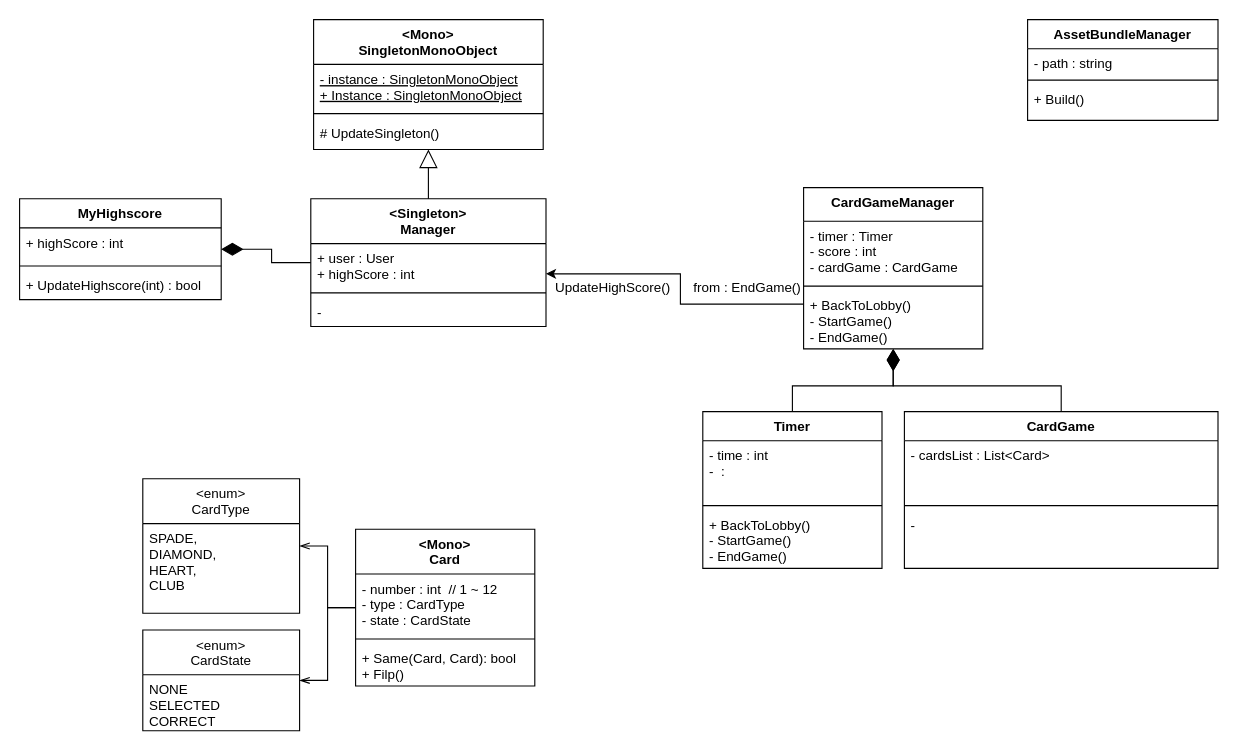
The draw.io diagram Diagram.drawio in s-saens/CardMemory, before the edit. Source tidied: cells renumbered, new cells numbered last; positions are measured from the earlier drawing's top-left corner, leaving out a move shared by most shapes. Both pictures are drawn from the tidied source at 112%, with x=0, y=0 at pixel (19, 19).
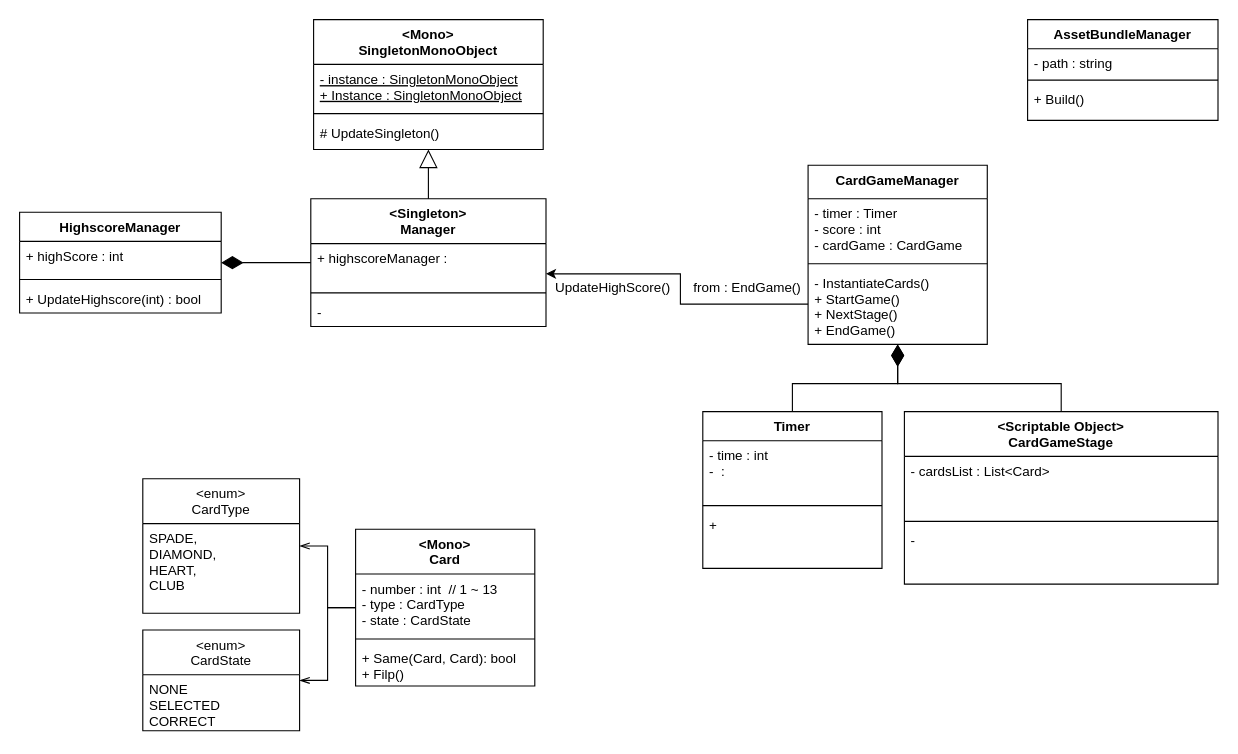
The same page after the edit.

Unchanged cells that the change refers to:
```xml
<mxCell id="2" value="&lt;Singleton&gt;&#10;Manager" style="swimlane;fontStyle=1;align=center;verticalAlign=top;horizontal=1;startSize=40;" parent="1" vertex="1">
  <mxGeometry x="260" y="160" width="210" height="114" as="geometry" />
</mxCell>
<mxCell id="13" value="&lt;Mono&gt;&#10;Card" style="swimlane;fontStyle=1;align=center;verticalAlign=top;horizontal=1;startSize=40;" parent="1" vertex="1">
  <mxGeometry x="300" y="455" width="160" height="140" as="geometry" />
</mxCell>
<mxCell id="19" value="Timer" style="swimlane;fontStyle=1;align=center;verticalAlign=top;horizontal=1;startSize=26;" parent="1" vertex="1">
  <mxGeometry x="610" y="350" width="160" height="140" as="geometry" />
</mxCell>
```

The edit, as a diff of the source:
```diff
@@
-    <mxCell id="3" value="+ user : User&#10;+ highScore : int&#10;" style="text;strokeColor=none;fillColor=none;align=left;verticalAlign=top;spacingLeft=4;spacingRight=4;overflow=hidden;fontStyle=0;" parent="2" vertex="1">
+    <mxCell id="3" value="+ highscoreManager : " style="text;strokeColor=none;fillColor=none;align=left;verticalAlign=top;spacingLeft=4;spacingRight=4;overflow=hidden;fontStyle=0;" parent="2" vertex="1">
       <mxGeometry y="40" width="210" height="40" as="geometry" />
     </mxCell>
@@
     <mxCell id="7" value="CardGameManager" style="swimlane;fontStyle=1;align=center;verticalAlign=top;horizontal=1;startSize=30;" parent="1" vertex="1">
-      <mxGeometry x="700" y="150" width="160" height="144" as="geometry" />
+      <mxGeometry x="704" y="130" width="160" height="160" as="geometry" />
     </mxCell>
@@
-    <mxCell id="10" value="+ BackToLobby()&#10;- StartGame()&#10;- EndGame()" style="text;strokeColor=none;fillColor=none;align=left;verticalAlign=top;spacingLeft=4;spacingRight=4;overflow=hidden;points=[[0,0.5],[1,0.5]];portConstraint=eastwest;" parent="7" vertex="1">
-      <mxGeometry y="92" width="160" height="52" as="geometry" />
+    <mxCell id="10" value="- InstantiateCards()&#10;+ StartGame()&#10;+ NextStage()&#10;+ EndGame()" style="text;strokeColor=none;fillColor=none;align=left;verticalAlign=top;spacingLeft=4;spacingRight=4;overflow=hidden;points=[[0,0.5],[1,0.5]];portConstraint=eastwest;" parent="7" vertex="1">
+      <mxGeometry y="92" width="160" height="68" as="geometry" />
     </mxCell>
@@
-    <mxCell id="14" value="- number : int  // 1 ~ 12&#10;- type : CardType&#10;- state : CardState" style="text;strokeColor=none;fillColor=none;align=left;verticalAlign=top;spacingLeft=4;spacingRight=4;overflow=hidden;" parent="13" vertex="1">
+    <mxCell id="14" value="- number : int  // 1 ~ 13&#10;- type : CardType&#10;- state : CardState" style="text;strokeColor=none;fillColor=none;align=left;verticalAlign=top;spacingLeft=4;spacingRight=4;overflow=hidden;" parent="13" vertex="1">
       <mxGeometry y="40" width="160" height="54" as="geometry" />
     </mxCell>
@@
-    <mxCell id="22" value="+ BackToLobby()&#10;- StartGame()&#10;- EndGame()" style="text;strokeColor=none;fillColor=none;align=left;verticalAlign=top;spacingLeft=4;spacingRight=4;overflow=hidden;" parent="19" vertex="1">
+    <mxCell id="22" value="+ " style="text;strokeColor=none;fillColor=none;align=left;verticalAlign=top;spacingLeft=4;spacingRight=4;overflow=hidden;" parent="19" vertex="1">
       <mxGeometry y="88" width="160" height="52" as="geometry" />
     </mxCell>
-    <mxCell id="23" value="CardGame" style="swimlane;fontStyle=1;align=center;verticalAlign=top;horizontal=1;startSize=26;" parent="1" vertex="1">
-      <mxGeometry x="790" y="350" width="280" height="140" as="geometry" />
+    <mxCell id="23" value="&lt;Scriptable Object&gt;&#10;CardGameStage" style="swimlane;fontStyle=1;align=center;verticalAlign=top;horizontal=1;startSize=40;" parent="1" vertex="1">
+      <mxGeometry x="790" y="350" width="280" height="154" as="geometry" />
     </mxCell>
     <mxCell id="24" value="- cardsList : List&lt;Card&gt;&#10;&#10;" style="text;strokeColor=none;fillColor=none;align=left;verticalAlign=top;spacingLeft=4;spacingRight=4;overflow=hidden;" parent="23" vertex="1">
-      <mxGeometry y="26" width="280" height="54" as="geometry" />
+      <mxGeometry y="40" width="280" height="54" as="geometry" />
     </mxCell>
     <mxCell id="25" style="line;strokeWidth=1;fillColor=none;align=left;verticalAlign=middle;spacingTop=-1;spacingLeft=3;spacingRight=3;labelPosition=right;" parent="23" vertex="1">
-      <mxGeometry y="80" width="280" height="8" as="geometry" />
+      <mxGeometry y="94" width="280" height="8" as="geometry" />
     </mxCell>
     <mxCell id="26" value="- " style="text;strokeColor=none;fillColor=none;align=left;verticalAlign=top;spacingLeft=4;spacingRight=4;overflow=hidden;" parent="23" vertex="1">
-      <mxGeometry y="88" width="280" height="52" as="geometry" />
+      <mxGeometry y="102" width="280" height="52" as="geometry" />
     </mxCell>
@@
-    <mxCell id="30" value="MyHighscore" style="swimlane;fontStyle=1;align=center;verticalAlign=top;horizontal=1;startSize=26;" parent="1" vertex="1">
-      <mxGeometry y="160" width="180" height="90" as="geometry" />
+    <mxCell id="30" value="HighscoreManager" style="swimlane;fontStyle=1;align=center;verticalAlign=top;horizontal=1;startSize=26;" parent="1" vertex="1">
+      <mxGeometry y="172" width="180" height="90" as="geometry" />
     </mxCell>
```
